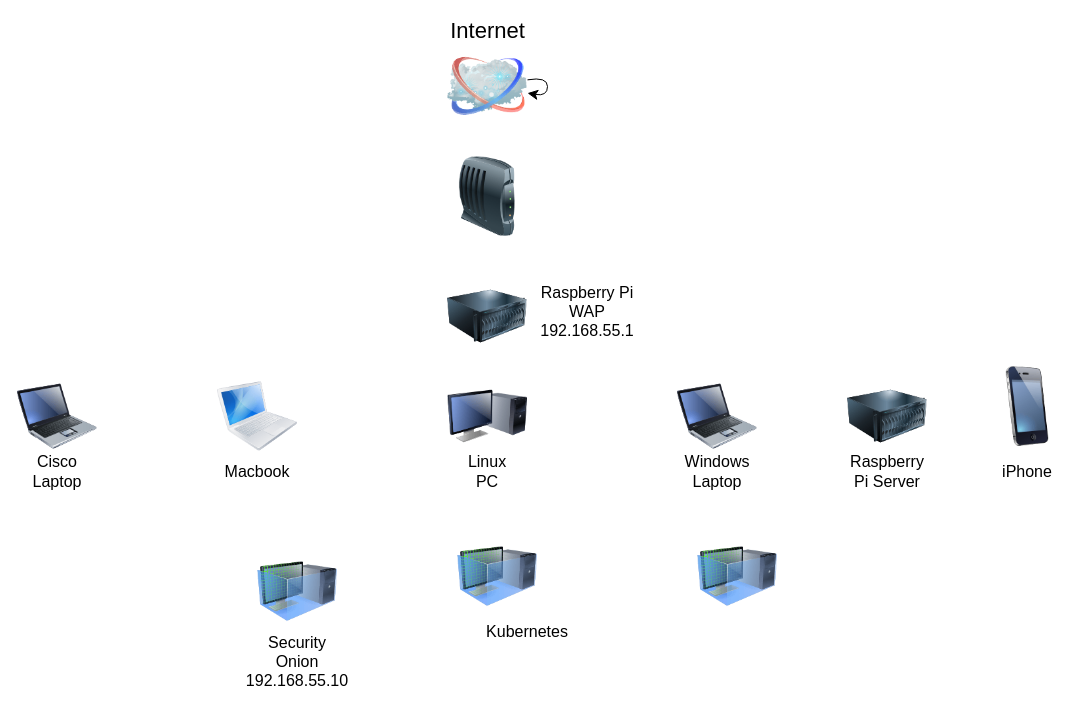
This is homelabv1.drawio from cyberqueenmeg/cyberqueen-meg, a draw.io file, before an edit. Source tidied: cells renumbered, new cells numbered last; positions are measured from the earlier drawing's top-left corner, leaving out a move shared by most shapes. Both pictures are drawn from the tidied source at 100%, with x=0, y=0 at pixel (17, 46).
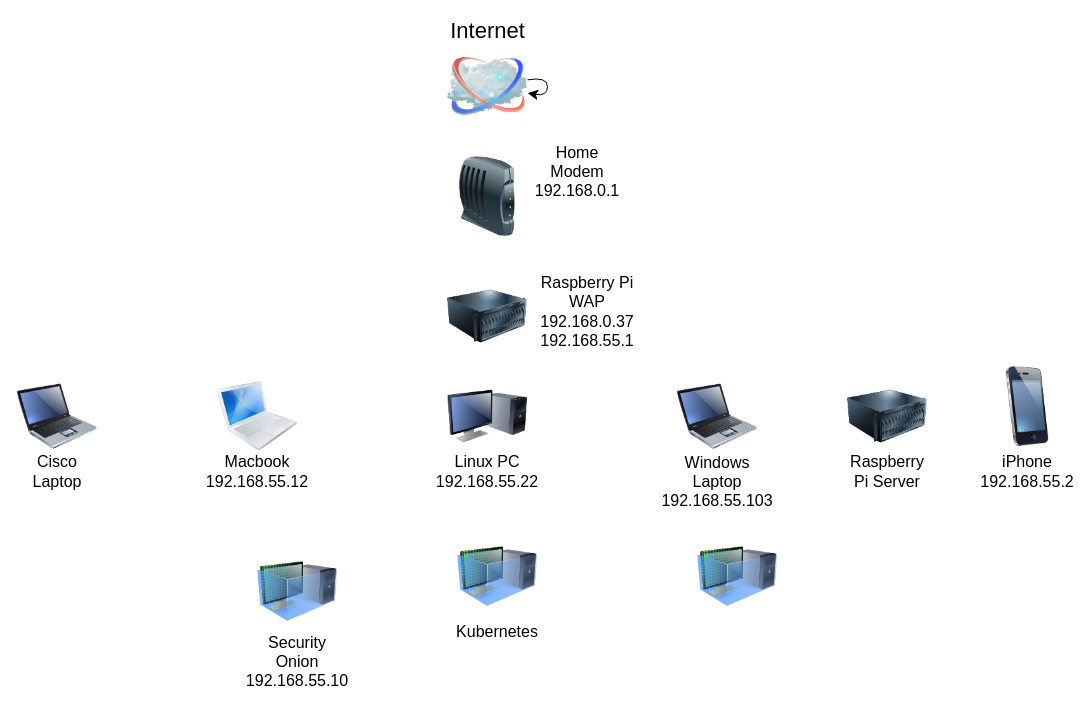
The same diagram, later.

Change to the diagram source:
```diff
@@
-    <mxCell id="15" value="Raspberry Pi WAP&lt;br&gt;192.168.55.1" style="text;html=1;strokeColor=none;fillColor=none;align=center;verticalAlign=middle;whiteSpace=wrap;rounded=0;fontSize=16;" parent="1" vertex="1">
+    <mxCell id="15" value="Raspberry Pi WAP&lt;br&gt;192.168.0.37&lt;br&gt;192.168.55.1" style="text;html=1;strokeColor=none;fillColor=none;align=center;verticalAlign=middle;whiteSpace=wrap;rounded=0;fontSize=16;" parent="1" vertex="1">
       <mxGeometry x="540" y="250" width="60" height="30" as="geometry" />
     </mxCell>
@@
     <mxCell id="17" value="Kubernetes" style="text;html=1;strokeColor=none;fillColor=none;align=center;verticalAlign=middle;whiteSpace=wrap;rounded=0;fontSize=16;" parent="1" vertex="1">
-      <mxGeometry x="480" y="570" width="60" height="30" as="geometry" />
+      <mxGeometry x="450" y="570" width="60" height="30" as="geometry" />
     </mxCell>
@@
-    <mxCell id="19" value="Macbook" style="text;html=1;strokeColor=none;fillColor=none;align=center;verticalAlign=middle;whiteSpace=wrap;rounded=0;fontSize=16;" parent="1" vertex="1">
+    <mxCell id="19" value="Macbook&lt;br&gt;192.168.55.12" style="text;html=1;strokeColor=none;fillColor=none;align=center;verticalAlign=middle;whiteSpace=wrap;rounded=0;fontSize=16;" parent="1" vertex="1">
       <mxGeometry x="210" y="410" width="60" height="30" as="geometry" />
     </mxCell>
-    <mxCell id="20" value="Linux PC" style="text;html=1;strokeColor=none;fillColor=none;align=center;verticalAlign=middle;whiteSpace=wrap;rounded=0;fontSize=16;" parent="1" vertex="1">
+    <mxCell id="20" value="Linux PC&lt;br&gt;192.168.55.22" style="text;html=1;strokeColor=none;fillColor=none;align=center;verticalAlign=middle;whiteSpace=wrap;rounded=0;fontSize=16;" parent="1" vertex="1">
       <mxGeometry x="440" y="410" width="60" height="30" as="geometry" />
     </mxCell>
-    <mxCell id="21" value="Windows Laptop" style="text;html=1;strokeColor=none;fillColor=none;align=center;verticalAlign=middle;whiteSpace=wrap;rounded=0;fontSize=16;" parent="1" vertex="1">
-      <mxGeometry x="670" y="410" width="60" height="30" as="geometry" />
+    <mxCell id="21" value="Windows Laptop&lt;br&gt;192.168.55.103" style="text;html=1;strokeColor=none;fillColor=none;align=center;verticalAlign=middle;whiteSpace=wrap;rounded=0;fontSize=16;" parent="1" vertex="1">
+      <mxGeometry x="670" y="420" width="60" height="30" as="geometry" />
     </mxCell>
@@
-    <mxCell id="23" value="iPhone" style="text;html=1;strokeColor=none;fillColor=none;align=center;verticalAlign=middle;whiteSpace=wrap;rounded=0;fontSize=16;" parent="1" vertex="1">
+    <mxCell id="23" value="iPhone&lt;br&gt;192.168.55.2" style="text;html=1;strokeColor=none;fillColor=none;align=center;verticalAlign=middle;whiteSpace=wrap;rounded=0;fontSize=16;" parent="1" vertex="1">
       <mxGeometry x="980" y="410" width="60" height="30" as="geometry" />
     </mxCell>
+    <mxCell id="24" value="Home Modem&lt;br&gt;192.168.0.1" style="text;html=1;strokeColor=none;fillColor=none;align=center;verticalAlign=middle;whiteSpace=wrap;rounded=0;fontSize=16;" parent="1" vertex="1">
+      <mxGeometry x="530" y="110" width="60" height="30" as="geometry" />
+    </mxCell>
```
